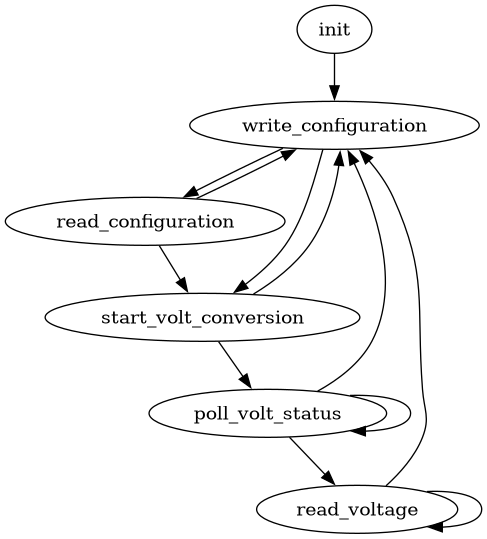
Before: assets/bms-monitor-fsm/bms-monitor-fsm.png, a diagram exported from Graphviz (eagletrt/hv-bms-cellboard-sw). Its source is kept beside it as assets/bms-monitor-fsm/bms-monitor-fsm.dot. Source of this version:
```dot
digraph "fsm" {
    bgcolor="white"
    layout="dot"
    center=true
    concentrate=false

    init
    write_configuration
    read_configuration

    start_volt_conversion
    poll_volt_status
    read_voltage

    init -> write_configuration

    write_configuration -> read_configuration
    write_configuration -> start_volt_conversion

    read_configuration -> write_configuration
    read_configuration -> start_volt_conversion

    start_volt_conversion -> poll_volt_status
    start_volt_conversion -> write_configuration

    poll_volt_status -> poll_volt_status
    poll_volt_status -> read_voltage
    poll_volt_status -> write_configuration

    read_voltage -> read_voltage
    read_voltage -> write_configuration
}
```
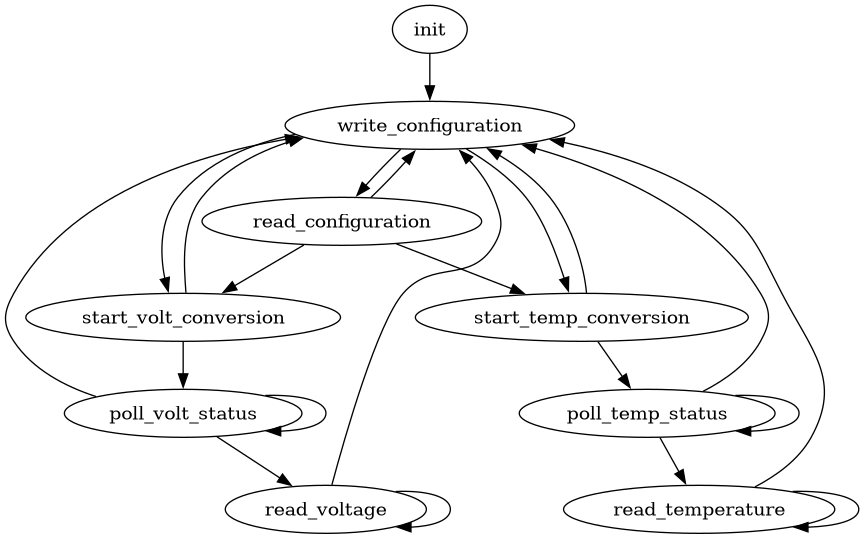
Later version of the same file.

Commit message:
feat(bms-monitor): add voltage reading on BMS FSM

What changed in the source:
```diff
@@ -4,22 +4,34 @@
     center=true
     concentrate=false
 
+    /* Main operations */
     init
     write_configuration
     read_configuration
 
+    /* Read voltages */
     start_volt_conversion
     poll_volt_status
     read_voltage
 
+    /* Read temperatures */
+    start_temp_conversion
+    poll_temp_status
+    read_temperature
+
+    /* Initialization */
     init -> write_configuration
 
+    /* Main operations */
     write_configuration -> read_configuration
     write_configuration -> start_volt_conversion
+    write_configuration -> start_temp_conversion
 
     read_configuration -> write_configuration
     read_configuration -> start_volt_conversion
+    read_configuration -> start_temp_conversion
 
+    /* Read voltages */
     start_volt_conversion -> poll_volt_status
     start_volt_conversion -> write_configuration
 
@@ -29,4 +41,15 @@
 
     read_voltage -> read_voltage
     read_voltage -> write_configuration
+
+    /* Read temperatures */
+    start_temp_conversion -> poll_temp_status
+    start_temp_conversion -> write_configuration
+
+    poll_temp_status -> poll_temp_status
+    poll_temp_status -> read_temperature
+    poll_temp_status -> write_configuration
+
+    read_temperature -> read_temperature
+    read_temperature -> write_configuration
 }
```
